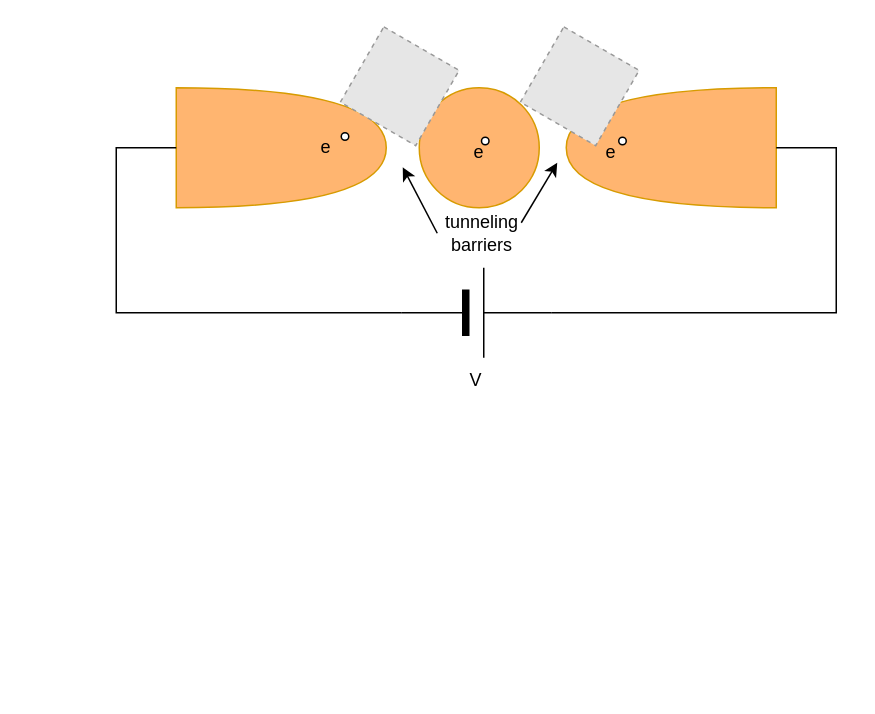
Earlier version of the draw.io diagram double_tunneling_junction.drawio (ChirantanGanguly/single-electron-transistor). Source tidied: cells renumbered, new cells numbered last; positions are measured from the earlier drawing's top-left corner, leaving out a move shared by most shapes. Both pictures are drawn from the tidied source at 150%, with x=0, y=0 at pixel (116, 42). Pictures stored in the file or linked from it are replaced by grey dashed boxes.
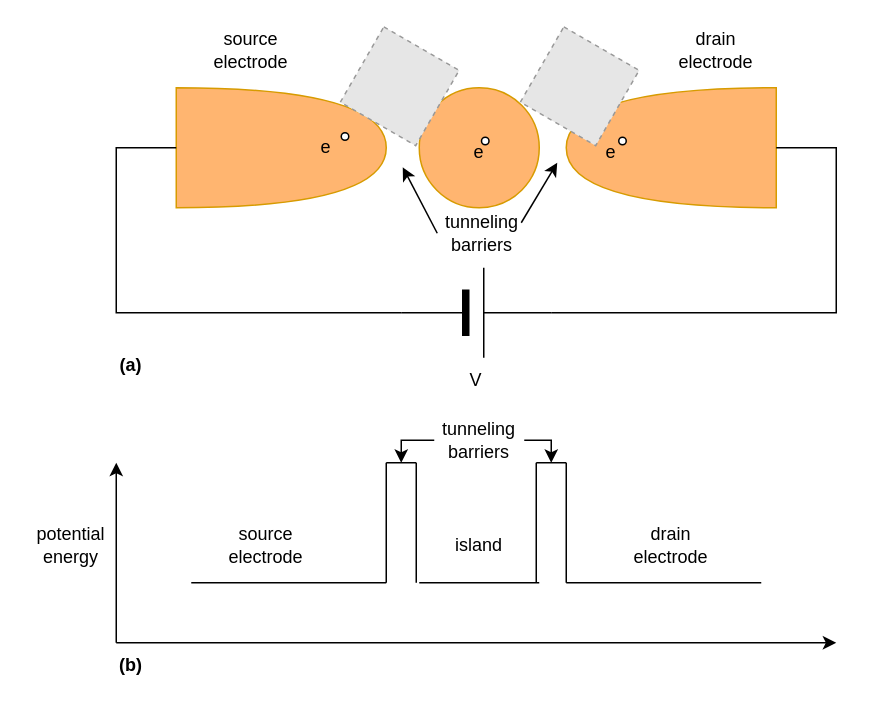
After the change.

Diff of the diagram source:
```diff
@@
+    <mxCell id="20" style="endArrow=classic;html=1;rounded=0;" parent="1" edge="1">
+      <mxGeometry relative="1" as="geometry">
+        <mxPoint y="400" as="sourcePoint" />
+        <mxPoint y="280" as="targetPoint" />
+      </mxGeometry>
+    </mxCell>
+    <mxCell id="21" style="endArrow=classic;html=1;rounded=0;" parent="1" edge="1">
+      <mxGeometry relative="1" as="geometry">
+        <mxPoint y="400" as="sourcePoint" />
+        <mxPoint x="480" y="400" as="targetPoint" />
+      </mxGeometry>
+    </mxCell>
+    <mxCell id="22" value="(a)" style="text;html=1;strokeColor=none;fillColor=none;align=center;verticalAlign=middle;whiteSpace=wrap;rounded=0;fontStyle=1;" parent="1" vertex="1">
+      <mxGeometry x="-20" y="200" width="60" height="30" as="geometry" />
+    </mxCell>
+    <mxCell id="23" style="endArrow=none;html=1;rounded=0;" parent="1" edge="1">
+      <mxGeometry relative="1" as="geometry">
+        <mxPoint x="50" y="360" as="sourcePoint" />
+        <mxPoint x="180" y="360" as="targetPoint" />
+      </mxGeometry>
+    </mxCell>
+    <mxCell id="24" style="endArrow=none;html=1;rounded=0;" parent="1" edge="1">
+      <mxGeometry relative="1" as="geometry">
+        <mxPoint x="300" y="360" as="sourcePoint" />
+        <mxPoint x="430" y="360" as="targetPoint" />
+      </mxGeometry>
+    </mxCell>
+    <mxCell id="25" style="endArrow=none;html=1;rounded=0;" parent="1" edge="1">
+      <mxGeometry relative="1" as="geometry">
+        <mxPoint x="202" y="360" as="sourcePoint" />
+        <mxPoint x="282" y="360" as="targetPoint" />
+      </mxGeometry>
+    </mxCell>
+    <mxCell id="26" style="endArrow=none;html=1;rounded=0;" parent="1" edge="1">
+      <mxGeometry relative="1" as="geometry">
+        <mxPoint x="180" y="360" as="sourcePoint" />
+        <mxPoint x="180" y="280" as="targetPoint" />
+      </mxGeometry>
+    </mxCell>
+    <mxCell id="27" style="endArrow=none;html=1;rounded=0;" parent="1" edge="1">
+      <mxGeometry relative="1" as="geometry">
+        <mxPoint x="200" y="360" as="sourcePoint" />
+        <mxPoint x="200" y="280" as="targetPoint" />
+      </mxGeometry>
+    </mxCell>
+    <mxCell id="28" style="endArrow=none;html=1;rounded=0;" parent="1" edge="1">
+      <mxGeometry relative="1" as="geometry">
+        <mxPoint x="280" y="360" as="sourcePoint" />
+        <mxPoint x="280" y="280" as="targetPoint" />
+      </mxGeometry>
+    </mxCell>
+    <mxCell id="29" style="endArrow=none;html=1;rounded=0;" parent="1" edge="1">
+      <mxGeometry relative="1" as="geometry">
+        <mxPoint x="300" y="360" as="sourcePoint" />
+        <mxPoint x="300" y="280" as="targetPoint" />
+      </mxGeometry>
+    </mxCell>
+    <mxCell id="30" style="endArrow=none;html=1;rounded=0;" parent="1" edge="1">
+      <mxGeometry relative="1" as="geometry">
+        <mxPoint x="180" y="280" as="sourcePoint" />
+        <mxPoint x="200" y="280" as="targetPoint" />
+      </mxGeometry>
+    </mxCell>
+    <mxCell id="31" style="endArrow=none;html=1;rounded=0;" parent="1" edge="1">
+      <mxGeometry relative="1" as="geometry">
+        <mxPoint x="280" y="280" as="sourcePoint" />
+        <mxPoint x="300" y="280" as="targetPoint" />
+      </mxGeometry>
+    </mxCell>
+    <mxCell id="32" value="source&lt;br&gt;electrode" style="text;html=1;strokeColor=none;fillColor=none;align=center;verticalAlign=middle;whiteSpace=wrap;rounded=0;" parent="1" vertex="1">
+      <mxGeometry x="60" y="-10" width="60" height="30" as="geometry" />
+    </mxCell>
+    <mxCell id="33" value="source&lt;br&gt;electrode" style="text;html=1;strokeColor=none;fillColor=none;align=center;verticalAlign=middle;whiteSpace=wrap;rounded=0;" parent="1" vertex="1">
+      <mxGeometry x="70" y="320" width="60" height="30" as="geometry" />
+    </mxCell>
+    <mxCell id="34" value="drain&lt;br&gt;electrode" style="text;html=1;strokeColor=none;fillColor=none;align=center;verticalAlign=middle;whiteSpace=wrap;rounded=0;" parent="1" vertex="1">
+      <mxGeometry x="370" y="-10" width="60" height="30" as="geometry" />
+    </mxCell>
+    <mxCell id="35" value="drain&lt;br&gt;electrode" style="text;html=1;strokeColor=none;fillColor=none;align=center;verticalAlign=middle;whiteSpace=wrap;rounded=0;" parent="1" vertex="1">
+      <mxGeometry x="340" y="320" width="60" height="30" as="geometry" />
+    </mxCell>
+    <mxCell id="36" value="island" style="text;html=1;strokeColor=none;fillColor=none;align=center;verticalAlign=middle;whiteSpace=wrap;rounded=0;" parent="1" vertex="1">
+      <mxGeometry x="212" y="320" width="60" height="30" as="geometry" />
+    </mxCell>
+    <mxCell id="37" style="edgeStyle=orthogonalEdgeStyle;rounded=0;jettySize=auto;html=1;exitX=1;exitY=0.5;exitDx=0;exitDy=0;" parent="1" edge="1" source="39">
+      <mxGeometry relative="1" as="geometry">
+        <mxPoint x="290" y="280" as="targetPoint" />
+      </mxGeometry>
+    </mxCell>
+    <mxCell id="38" style="edgeStyle=orthogonalEdgeStyle;rounded=0;jettySize=auto;html=1;exitX=0;exitY=0.5;exitDx=0;exitDy=0;" parent="1" edge="1" source="39">
+      <mxGeometry relative="1" as="geometry">
+        <mxPoint x="190" y="280" as="targetPoint" />
+      </mxGeometry>
+    </mxCell>
+    <mxCell id="39" value="tunneling barriers" style="text;html=1;strokeColor=none;fillColor=none;align=center;verticalAlign=middle;whiteSpace=wrap;rounded=0;" parent="1" vertex="1">
+      <mxGeometry x="212" y="250" width="60" height="30" as="geometry" />
+    </mxCell>
+    <mxCell id="40" value="(b)" style="text;html=1;strokeColor=none;fillColor=none;align=center;verticalAlign=middle;whiteSpace=wrap;rounded=0;fontStyle=1;" parent="1" vertex="1">
+      <mxGeometry x="-20" y="400" width="60" height="30" as="geometry" />
+    </mxCell>
+    <mxCell id="41" value="potential energy" style="text;html=1;strokeColor=none;fillColor=none;align=center;verticalAlign=middle;whiteSpace=wrap;rounded=0;" parent="1" vertex="1">
+      <mxGeometry x="-60" y="320" width="60" height="30" as="geometry" />
+    </mxCell>
```
